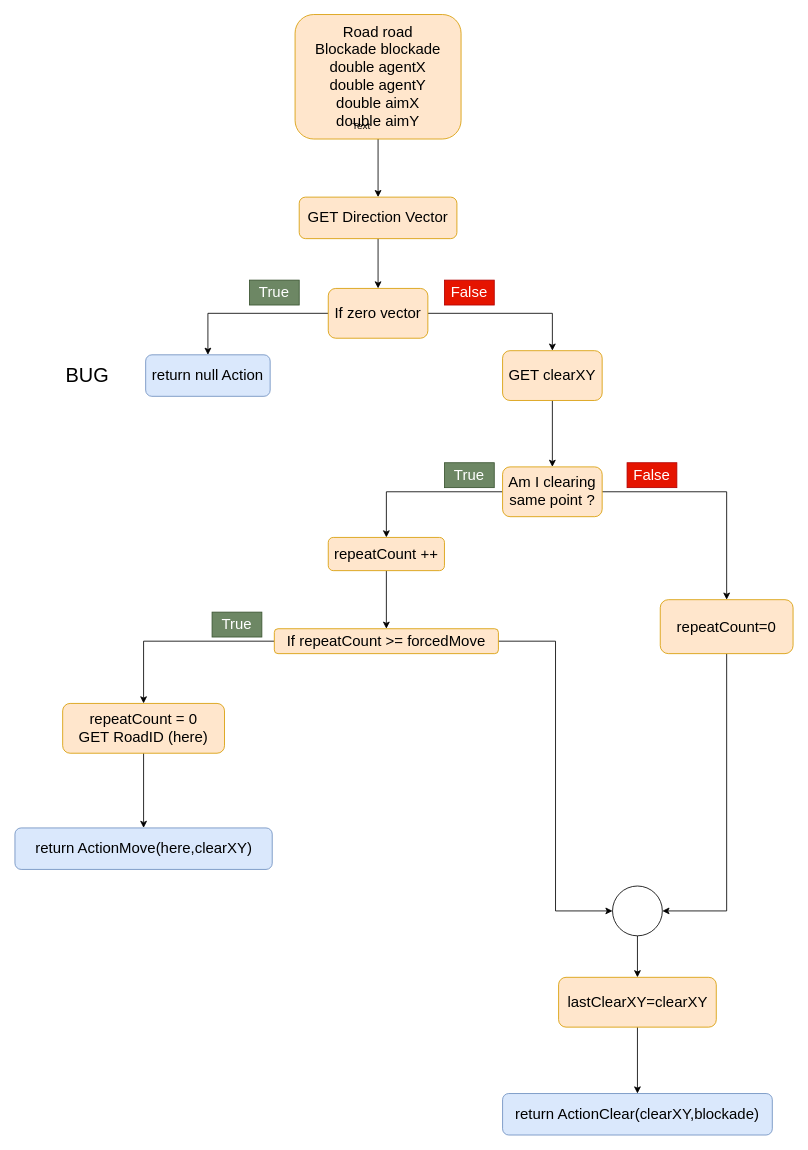
The draw.io diagram page "cutTowards" (3 of 6) of learns/img/Police_Decision_Tree.drawio in FlyingCalours/RoboCupRAS, before the edit. Source tidied: cells renumbered, new cells numbered last; positions are measured from the earlier drawing's top-left corner, leaving out a move shared by most shapes. Both pictures are drawn from the tidied source at 83%, with x=0, y=0 at pixel (14, 14).
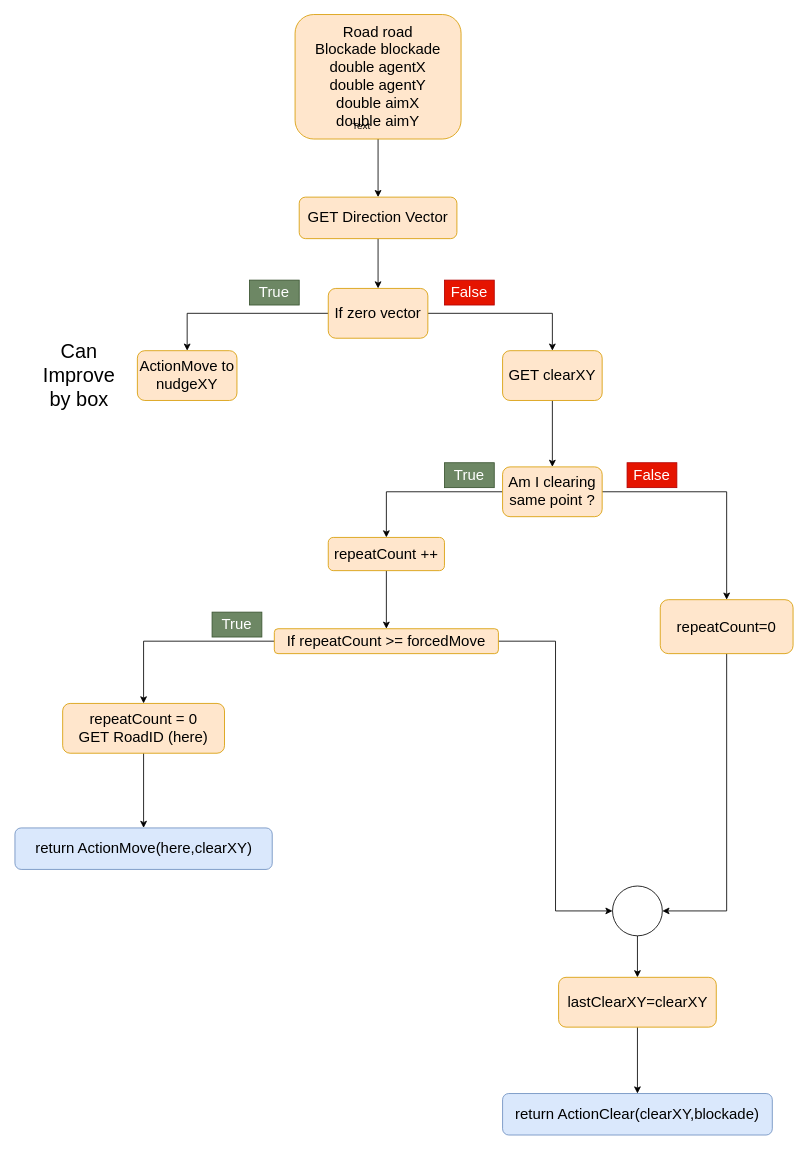
The same page after the edit.

The change refers to these unchanged cells:
```xml
<mxCell id="8" value="&lt;font style=&quot;font-size: 18px;&quot;&gt;If zero vector&lt;/font&gt;" style="whiteSpace=wrap;html=1;fillColor=#ffe6cc;strokeColor=#d79b00;rounded=1;" parent="1" vertex="1">
  <mxGeometry x="378" y="330" width="120" height="60" as="geometry" />
</mxCell>
```

The edit, as a diff of the source:
```diff
@@
-    <mxCell id="6" style="edgeStyle=orthogonalEdgeStyle;rounded=0;jettySize=auto;html=1;" parent="1" edge="1" source="8" target="9">
-      <mxGeometry relative="1" as="geometry" />
-    </mxCell>
@@
+    <mxCell id="37" style="edgeStyle=orthogonalEdgeStyle;rounded=0;jettySize=auto;html=1;entryX=0.5;entryY=0;entryDx=0;entryDy=0;" parent="1" edge="1" source="8" target="38">
+      <mxGeometry relative="1" as="geometry" />
+    </mxCell>
@@
-    <mxCell id="9" value="&lt;font style=&quot;font-size: 18px;&quot;&gt;return null Action&lt;/font&gt;" style="whiteSpace=wrap;html=1;fillColor=#dae8fc;strokeColor=#6c8ebf;rounded=1;" parent="1" vertex="1">
-      <mxGeometry x="158" y="410" width="150" height="50" as="geometry" />
-    </mxCell>
@@
-    <mxCell id="13" value="&lt;font style=&quot;font-size: 24px;&quot;&gt;BUG&lt;/font&gt;" style="text;html=1;whiteSpace=wrap;strokeColor=none;fillColor=none;align=center;verticalAlign=middle;rounded=0;" parent="1" vertex="1">
-      <mxGeometry x="58" y="420" width="60" height="30" as="geometry" />
+    <mxCell id="13" value="&lt;font style=&quot;font-size: 24px;&quot;&gt;Can Improve by box&lt;/font&gt;" style="text;html=1;whiteSpace=wrap;strokeColor=none;fillColor=none;align=center;verticalAlign=middle;rounded=0;" parent="1" vertex="1">
+      <mxGeometry x="18" y="410" width="120" height="50" as="geometry" />
     </mxCell>
@@
+    <mxCell id="38" value="&lt;span style=&quot;font-size: 18px;&quot;&gt;ActionMove to&lt;/span&gt;&lt;div&gt;&lt;span style=&quot;font-size: 18px;&quot;&gt;nudgeXY&lt;/span&gt;&lt;/div&gt;" style="whiteSpace=wrap;html=1;fillColor=#ffe6cc;strokeColor=#d79b00;rounded=1;" parent="1" vertex="1">
+      <mxGeometry x="148" y="405" width="120" height="60" as="geometry" />
+    </mxCell>
```
